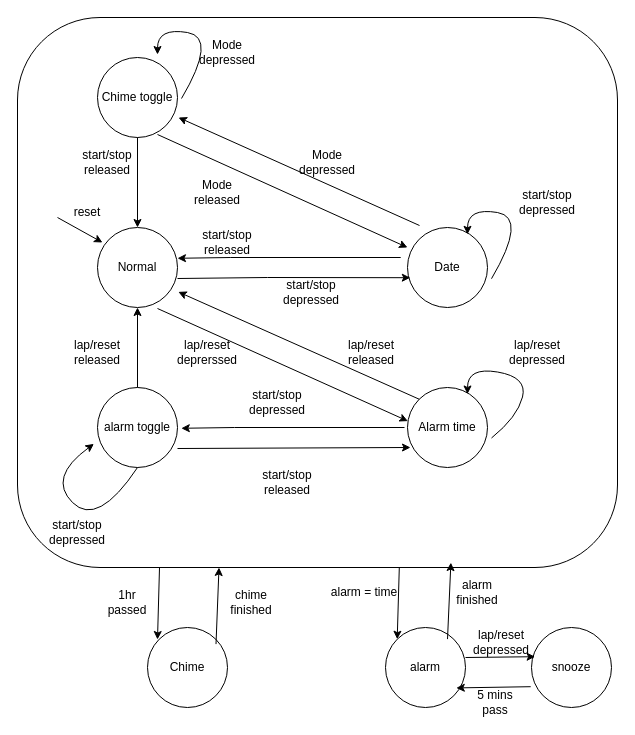
Earlier version of the draw.io diagram page "Clock" (1 of 8) of Stopwatch FSM.drawio (epicfletch/UWE-Stopwatch-3LM). Source tidied: cells renumbered, new cells numbered last; positions are measured from the earlier drawing's top-left corner, leaving out a move shared by most shapes. Both pictures are drawn from the tidied source at 100%, with x=0, y=0 at pixel (17, 17).
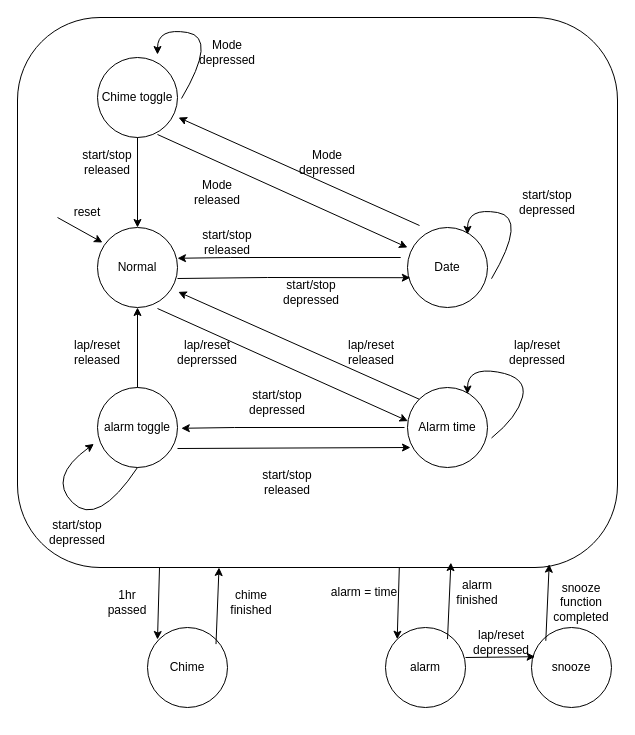
After the change.

Unchanged cells that the change refers to:
```xml
<mxCell id="29" value="alarm" style="ellipse;whiteSpace=wrap;html=1;" parent="1" vertex="1">
  <mxGeometry x="368" y="610" width="80" height="80" as="geometry" />
</mxCell>
<mxCell id="32" value="snooze" style="ellipse;whiteSpace=wrap;html=1;" parent="1" vertex="1">
  <mxGeometry x="514" y="610" width="80" height="80" as="geometry" />
</mxCell>
```

What changed in the source:
```diff
@@
-    <mxCell id="34" style="endArrow=classic;html=1;rounded=0;entryX=0.885;entryY=0.755;entryDx=0;entryDy=0;entryPerimeter=0;exitX=-0.01;exitY=0.74;exitDx=0;exitDy=0;exitPerimeter=0;" parent="1" edge="1" source="32" target="29">
-      <mxGeometry relative="1" as="geometry" />
-    </mxCell>
@@
-    <mxCell id="52" value="5 mins pass" style="text;html=1;align=center;verticalAlign=middle;whiteSpace=wrap;rounded=0;" parent="1" vertex="1">
-      <mxGeometry x="448" y="670" width="60" height="30" as="geometry" />
-    </mxCell>
+    <mxCell id="53" style="endArrow=classic;html=1;rounded=0;exitX=0.85;exitY=0.02;exitDx=0;exitDy=0;exitPerimeter=0;entryX=0.549;entryY=0.991;entryDx=0;entryDy=0;entryPerimeter=0;" parent="1" edge="1">
+      <mxGeometry relative="1" as="geometry">
+        <mxPoint x="528.3" y="623.3" as="sourcePoint" />
+        <mxPoint x="531.7" y="546.7" as="targetPoint" />
+      </mxGeometry>
+    </mxCell>
+    <mxCell id="54" value="snooze function completed" style="text;html=1;align=center;verticalAlign=middle;whiteSpace=wrap;rounded=0;" parent="1" vertex="1">
+      <mxGeometry x="534" y="570" width="60" height="30" as="geometry" />
+    </mxCell>
```
